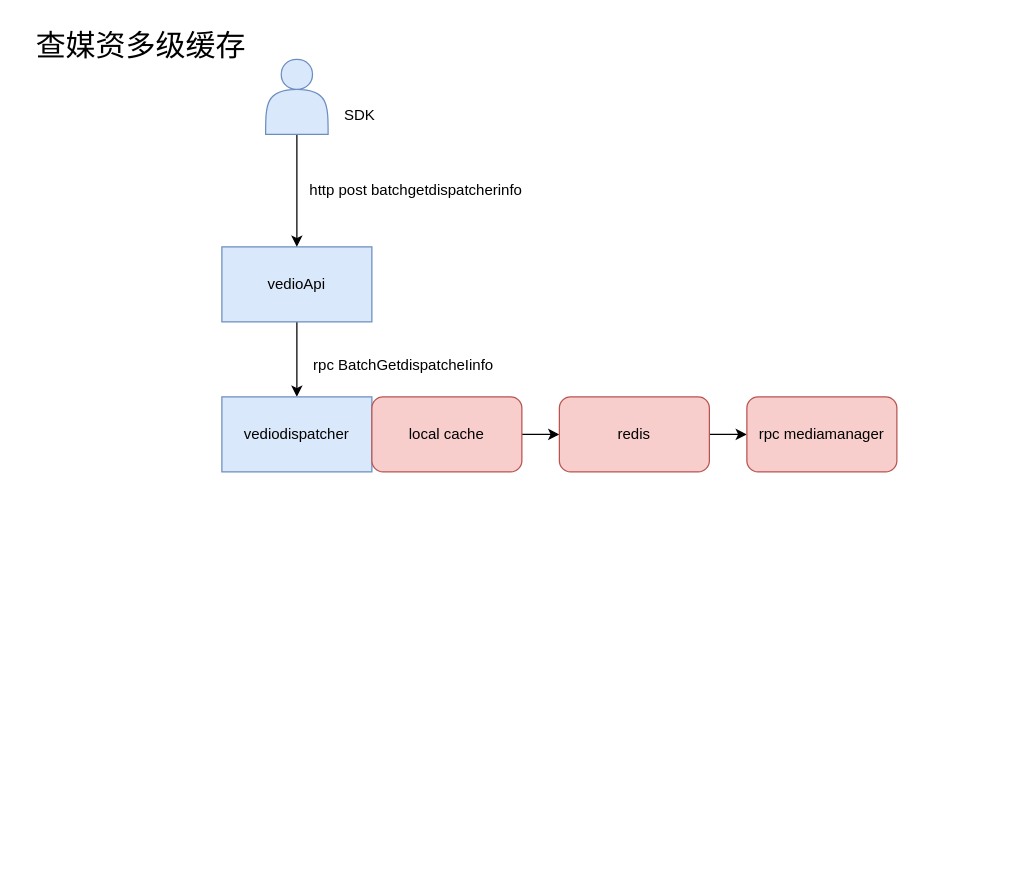
Earlier version of the draw.io diagram Untitled Diagram.drawio (sunnylala/daydayup). Source tidied: cells renumbered, new cells numbered last; positions are measured from the earlier drawing's top-left corner, leaving out a move shared by most shapes. Both pictures are drawn from the tidied source at 125%, with x=0, y=0 at pixel (21, 21).
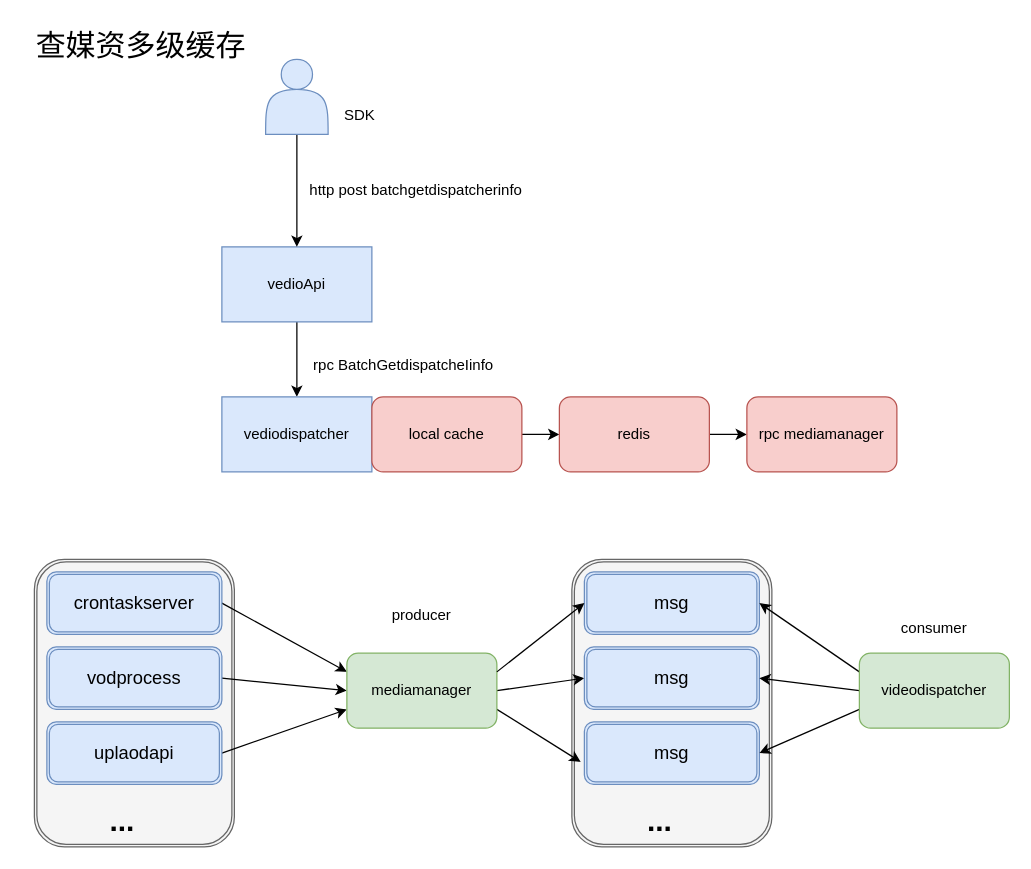
After the change.

Diff of the diagram source:
```diff
@@
+    <mxCell id="16" style="shape=ext;double=1;rounded=1;whiteSpace=wrap;html=1;fillColor=#f5f5f5;fontColor=#333333;strokeColor=#666666;" parent="1" vertex="1">
+      <mxGeometry x="440" y="430" width="160" height="230" as="geometry" />
+    </mxCell>
@@
+    <mxCell id="17" style="shape=ext;double=1;rounded=1;whiteSpace=wrap;html=1;fillColor=#f5f5f5;fontColor=#333333;strokeColor=#666666;" parent="1" vertex="1">
+      <mxGeometry x="10" y="430" width="160" height="230" as="geometry" />
+    </mxCell>
+    <mxCell id="18" style="rounded=0;jettySize=auto;html=1;exitX=1;exitY=0.5;exitDx=0;exitDy=0;entryX=0;entryY=0.25;entryDx=0;entryDy=0;" parent="1" edge="1" source="19" target="27">
+      <mxGeometry relative="1" as="geometry" />
+    </mxCell>
+    <mxCell id="19" value="&lt;span id=&quot;docs-internal-guid-596b3e76-7fff-da2d-35f7-9990846e9c44&quot;&gt;&lt;span style=&quot;font-size: 11pt; font-family: Arial; background-color: transparent; font-variant-numeric: normal; font-variant-east-asian: normal; vertical-align: baseline;&quot;&gt;crontaskserver&lt;/span&gt;&lt;/span&gt;" style="shape=ext;double=1;rounded=1;whiteSpace=wrap;html=1;fillColor=#dae8fc;strokeColor=#6c8ebf;" parent="1" vertex="1">
+      <mxGeometry x="20" y="440" width="140" height="50" as="geometry" />
+    </mxCell>
+    <mxCell id="20" style="rounded=0;jettySize=auto;html=1;exitX=1;exitY=0.5;exitDx=0;exitDy=0;entryX=0;entryY=0.5;entryDx=0;entryDy=0;" parent="1" edge="1" source="21" target="27">
+      <mxGeometry relative="1" as="geometry" />
+    </mxCell>
+    <mxCell id="21" value="&lt;span id=&quot;docs-internal-guid-596b3e76-7fff-da2d-35f7-9990846e9c44&quot;&gt;&lt;span style=&quot;font-size: 11pt; font-family: Arial; background-color: transparent; font-variant-numeric: normal; font-variant-east-asian: normal; vertical-align: baseline;&quot;&gt;vodprocess&lt;/span&gt;&lt;/span&gt;" style="shape=ext;double=1;rounded=1;whiteSpace=wrap;html=1;fillColor=#dae8fc;strokeColor=#6c8ebf;" parent="1" vertex="1">
+      <mxGeometry x="20" y="500" width="140" height="50" as="geometry" />
+    </mxCell>
+    <mxCell id="22" style="edgeStyle=none;rounded=0;jettySize=auto;html=1;exitX=1;exitY=0.5;exitDx=0;exitDy=0;entryX=0;entryY=0.75;entryDx=0;entryDy=0;" parent="1" edge="1" source="23" target="27">
+      <mxGeometry relative="1" as="geometry" />
+    </mxCell>
+    <mxCell id="23" value="&lt;span id=&quot;docs-internal-guid-596b3e76-7fff-da2d-35f7-9990846e9c44&quot;&gt;&lt;span style=&quot;font-size: 11pt; font-family: Arial; background-color: transparent; font-variant-numeric: normal; font-variant-east-asian: normal; vertical-align: baseline;&quot;&gt;uplaodapi&lt;/span&gt;&lt;/span&gt;" style="shape=ext;double=1;rounded=1;whiteSpace=wrap;html=1;fillColor=#dae8fc;strokeColor=#6c8ebf;" parent="1" vertex="1">
+      <mxGeometry x="20" y="560" width="140" height="50" as="geometry" />
+    </mxCell>
+    <mxCell id="24" value="..." style="text;strokeColor=none;fillColor=none;html=1;fontSize=24;fontStyle=1;verticalAlign=middle;align=center;" parent="1" vertex="1">
+      <mxGeometry x="30" y="620" width="100" height="40" as="geometry" />
+    </mxCell>
+    <mxCell id="25" style="edgeStyle=none;rounded=0;jettySize=auto;html=1;exitX=1;exitY=0.5;exitDx=0;exitDy=0;entryX=0;entryY=0.5;entryDx=0;entryDy=0;" parent="1" edge="1" source="27" target="29">
+      <mxGeometry relative="1" as="geometry" />
+    </mxCell>
+    <mxCell id="26" style="edgeStyle=none;rounded=0;jettySize=auto;html=1;exitX=1;exitY=0.75;exitDx=0;exitDy=0;entryX=-0.021;entryY=0.64;entryDx=0;entryDy=0;entryPerimeter=0;" parent="1" edge="1" source="27" target="30">
+      <mxGeometry relative="1" as="geometry" />
+    </mxCell>
+    <mxCell id="27" value="mediamanager" style="rounded=1;whiteSpace=wrap;html=1;fillColor=#d5e8d4;strokeColor=#82b366;" parent="1" vertex="1">
+      <mxGeometry x="260" y="505" width="120" height="60" as="geometry" />
+    </mxCell>
+    <mxCell id="28" value="&lt;span id=&quot;docs-internal-guid-596b3e76-7fff-da2d-35f7-9990846e9c44&quot;&gt;&lt;span style=&quot;font-size: 11pt; font-family: Arial; background-color: transparent; font-variant-numeric: normal; font-variant-east-asian: normal; vertical-align: baseline;&quot;&gt;msg&lt;/span&gt;&lt;/span&gt;" style="shape=ext;double=1;rounded=1;whiteSpace=wrap;html=1;fillColor=#dae8fc;strokeColor=#6c8ebf;" parent="1" vertex="1">
+      <mxGeometry x="450" y="440" width="140" height="50" as="geometry" />
+    </mxCell>
+    <mxCell id="29" value="&lt;span id=&quot;docs-internal-guid-596b3e76-7fff-da2d-35f7-9990846e9c44&quot;&gt;&lt;span style=&quot;font-size: 11pt; font-family: Arial; background-color: transparent; font-variant-numeric: normal; font-variant-east-asian: normal; vertical-align: baseline;&quot;&gt;msg&lt;/span&gt;&lt;/span&gt;" style="shape=ext;double=1;rounded=1;whiteSpace=wrap;html=1;fillColor=#dae8fc;strokeColor=#6c8ebf;" parent="1" vertex="1">
+      <mxGeometry x="450" y="500" width="140" height="50" as="geometry" />
+    </mxCell>
+    <mxCell id="30" value="&lt;span id=&quot;docs-internal-guid-596b3e76-7fff-da2d-35f7-9990846e9c44&quot;&gt;&lt;span style=&quot;font-size: 11pt; font-family: Arial; background-color: transparent; font-variant-numeric: normal; font-variant-east-asian: normal; vertical-align: baseline;&quot;&gt;msg&lt;/span&gt;&lt;/span&gt;" style="shape=ext;double=1;rounded=1;whiteSpace=wrap;html=1;fillColor=#dae8fc;strokeColor=#6c8ebf;" parent="1" vertex="1">
+      <mxGeometry x="450" y="560" width="140" height="50" as="geometry" />
+    </mxCell>
+    <mxCell id="31" value="..." style="text;strokeColor=none;fillColor=none;html=1;fontSize=24;fontStyle=1;verticalAlign=middle;align=center;" parent="1" vertex="1">
+      <mxGeometry x="460" y="620" width="100" height="40" as="geometry" />
+    </mxCell>
+    <mxCell id="32" style="edgeStyle=none;rounded=0;jettySize=auto;html=1;exitX=1;exitY=0.25;exitDx=0;exitDy=0;entryX=0;entryY=0.5;entryDx=0;entryDy=0;" parent="1" edge="1" source="27" target="28">
+      <mxGeometry relative="1" as="geometry" />
+    </mxCell>
+    <mxCell id="33" value="producer" style="text;html=1;strokeColor=none;fillColor=none;align=center;verticalAlign=middle;whiteSpace=wrap;rounded=0;" parent="1" vertex="1">
+      <mxGeometry x="290" y="460" width="60" height="30" as="geometry" />
+    </mxCell>
+    <mxCell id="34" style="edgeStyle=none;rounded=0;jettySize=auto;html=1;exitX=0;exitY=0.25;exitDx=0;exitDy=0;entryX=1;entryY=0.5;entryDx=0;entryDy=0;" parent="1" edge="1" source="37" target="28">
+      <mxGeometry relative="1" as="geometry" />
+    </mxCell>
+    <mxCell id="35" style="edgeStyle=none;rounded=0;jettySize=auto;html=1;exitX=0;exitY=0.5;exitDx=0;exitDy=0;entryX=1;entryY=0.5;entryDx=0;entryDy=0;" parent="1" edge="1" source="37" target="29">
+      <mxGeometry relative="1" as="geometry" />
+    </mxCell>
+    <mxCell id="36" style="edgeStyle=none;rounded=0;jettySize=auto;html=1;exitX=0;exitY=0.75;exitDx=0;exitDy=0;entryX=1;entryY=0.5;entryDx=0;entryDy=0;" parent="1" edge="1" source="37" target="30">
+      <mxGeometry relative="1" as="geometry" />
+    </mxCell>
+    <mxCell id="37" value="videodispatcher" style="rounded=1;whiteSpace=wrap;html=1;fillColor=#d5e8d4;strokeColor=#82b366;" parent="1" vertex="1">
+      <mxGeometry x="670" y="505" width="120" height="60" as="geometry" />
+    </mxCell>
+    <mxCell id="38" value="consumer" style="text;html=1;strokeColor=none;fillColor=none;align=center;verticalAlign=middle;whiteSpace=wrap;rounded=0;" parent="1" vertex="1">
+      <mxGeometry x="700" y="470" width="60" height="30" as="geometry" />
+    </mxCell>
```
